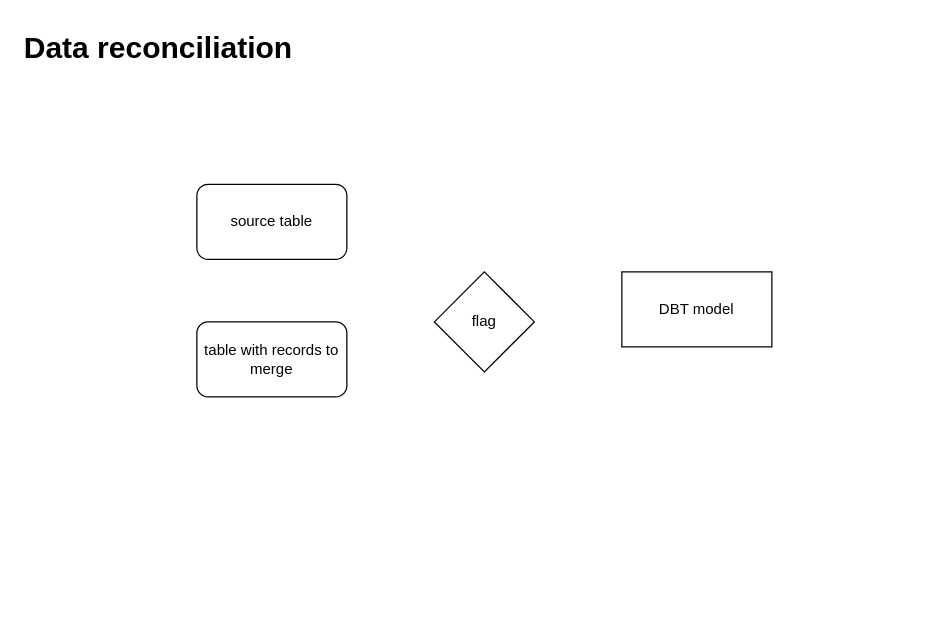
This is Data reconciliation.drawio from geoka/playground, a draw.io file, before an edit. Source tidied: cells renumbered, new cells numbered last; positions are measured from the earlier drawing's top-left corner, leaving out a move shared by most shapes. Both pictures are drawn from the tidied source at 125%, with x=0, y=0 at pixel (21, 21).
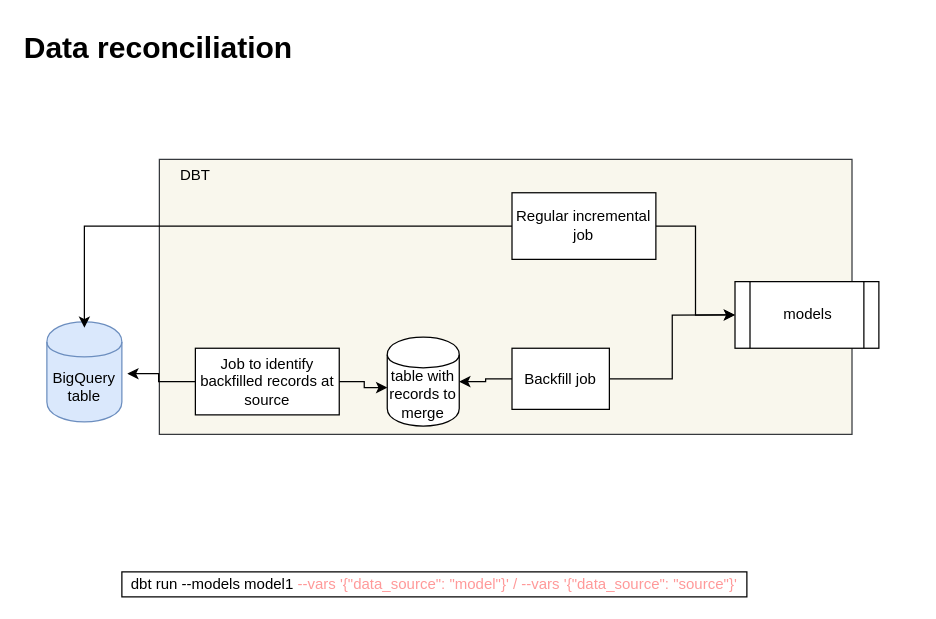
The same page after the edit.

What changed in the source:
```diff
@@
 <mxGraphModel>
   <root>
     <mxCell id="0" />
     <mxCell id="1" parent="0" />
-    <mxCell id="2" value="source table" style="rounded=1;whiteSpace=wrap;html=1;" parent="1" vertex="1">
-      <mxGeometry x="140" y="130" width="120" height="60" as="geometry" />
-    </mxCell>
+    <mxCell id="7" style="group;" parent="1" vertex="1">
+      <mxGeometry x="110" y="110" width="604.4" height="240" as="geometry" />
+    </mxCell>
+    <mxCell id="8" style="rounded=0;whiteSpace=wrap;html=1;fillColor=#f9f7ed;strokeColor=#36393d;" parent="7" vertex="1">
+      <mxGeometry width="554.1" height="220" as="geometry" />
+    </mxCell>
+    <mxCell id="9" value="DBT" style="text;html=1;align=center;verticalAlign=middle;whiteSpace=wrap;rounded=0;" parent="7" vertex="1">
+      <mxGeometry width="57.6" height="26.7" as="geometry" />
+    </mxCell>
+    <mxCell id="10" style="edgeStyle=orthogonalEdgeStyle;rounded=0;jettySize=auto;html=1;entryX=0;entryY=0.5;entryDx=0;entryDy=0;" parent="7" edge="1" source="11" target="17">
+      <mxGeometry relative="1" as="geometry" />
+    </mxCell>
+    <mxCell id="11" value="Backfill job" style="rounded=0;whiteSpace=wrap;html=1;" parent="7" vertex="1">
+      <mxGeometry x="282.1" y="151.1" width="77.9" height="48.9" as="geometry" />
+    </mxCell>
+    <mxCell id="12" style="edgeStyle=orthogonalEdgeStyle;rounded=0;jettySize=auto;html=1;entryX=0;entryY=0.5;entryDx=0;entryDy=0;" parent="7" edge="1" source="13" target="17">
+      <mxGeometry relative="1" as="geometry" />
+    </mxCell>
+    <mxCell id="13" value="Regular incremental job" style="rounded=0;whiteSpace=wrap;html=1;" parent="7" vertex="1">
+      <mxGeometry x="282.1" y="26.7" width="115.1" height="53.3" as="geometry" />
+    </mxCell>
+    <mxCell id="14" value="Job to identify backfilled records at source" style="rounded=0;whiteSpace=wrap;html=1;" parent="7" vertex="1">
+      <mxGeometry x="28.8" y="151.1" width="115.1" height="53.3" as="geometry" />
+    </mxCell>
+    <mxCell id="4" value="table with records to merge" style="shape=cylinder;whiteSpace=wrap;html=1;boundedLbl=1;backgroundOutline=1;" parent="7" vertex="1">
+      <mxGeometry x="182.3" y="142.2" width="57.6" height="71.1" as="geometry" />
+    </mxCell>
+    <mxCell id="15" style="edgeStyle=orthogonalEdgeStyle;rounded=0;jettySize=auto;html=1;entryX=0;entryY=0.568;entryDx=0;entryDy=0;entryPerimeter=0;" parent="7" edge="1" source="14" target="4">
+      <mxGeometry relative="1" as="geometry" />
+    </mxCell>
+    <mxCell id="16" style="edgeStyle=orthogonalEdgeStyle;rounded=0;jettySize=auto;html=1;" parent="7" edge="1" source="11" target="4">
+      <mxGeometry relative="1" as="geometry" />
+    </mxCell>
+    <mxCell id="17" value="models" style="shape=process;whiteSpace=wrap;html=1;backgroundOutline=1;" parent="7" vertex="1">
+      <mxGeometry x="460.5" y="97.8" width="115.1" height="53.3" as="geometry" />
+    </mxCell>
     <mxCell id="3" value="&lt;h1 style=&quot;margin-top: 0px;&quot;&gt;Data reconciliation&amp;nbsp;&lt;/h1&gt;&lt;p&gt;&lt;br&gt;&lt;/p&gt;" style="text;html=1;whiteSpace=wrap;overflow=hidden;rounded=0;" parent="1" vertex="1">
       <mxGeometry width="420" height="120" as="geometry" />
     </mxCell>
-    <mxCell id="4" value="table with records to merge" style="rounded=1;whiteSpace=wrap;html=1;" parent="1" vertex="1">
-      <mxGeometry x="140" y="240" width="120" height="60" as="geometry" />
-    </mxCell>
-    <mxCell id="5" value="flag" style="rhombus;whiteSpace=wrap;html=1;" parent="1" vertex="1">
-      <mxGeometry x="330" y="200" width="80" height="80" as="geometry" />
-    </mxCell>
-    <mxCell id="6" value="DBT model" style="rounded=0;whiteSpace=wrap;html=1;" parent="1" vertex="1">
-      <mxGeometry x="480" y="200" width="120" height="60" as="geometry" />
+    <mxCell id="6" value="&lt;div&gt;dbt run --models model1&amp;nbsp;&lt;font style=&quot;color: rgb(255, 153, 153);&quot;&gt;--vars '{&quot;data_source&quot;: &quot;model&quot;}' /&amp;nbsp;&lt;/font&gt;&lt;font style=&quot;color: rgb(255, 153, 153);&quot;&gt;&lt;span style=&quot;background-color: transparent;&quot;&gt;--vars &lt;/span&gt;&lt;span style=&quot;background-color: transparent;&quot; class=&quot;hljs-string&quot;&gt;'{&quot;data_source&quot;: &quot;source&quot;}'&lt;/span&gt;&lt;/font&gt;&lt;/div&gt;" style="rounded=0;whiteSpace=wrap;html=1;" parent="1" vertex="1">
+      <mxGeometry x="80" y="440" width="500" height="20" as="geometry" />
     </mxCell>
+    <mxCell id="18" value="BigQuery table" style="shape=cylinder;whiteSpace=wrap;html=1;boundedLbl=1;backgroundOutline=1;fillColor=#dae8fc;strokeColor=#6c8ebf;" parent="1" vertex="1">
+      <mxGeometry x="20" y="240" width="60" height="80" as="geometry" />
+    </mxCell>
+    <mxCell id="19" style="edgeStyle=orthogonalEdgeStyle;rounded=0;jettySize=auto;html=1;entryX=1.073;entryY=0.518;entryDx=0;entryDy=0;entryPerimeter=0;" parent="1" edge="1" source="14" target="18">
+      <mxGeometry relative="1" as="geometry" />
+    </mxCell>
+    <mxCell id="20" style="edgeStyle=orthogonalEdgeStyle;rounded=0;jettySize=auto;html=1;entryX=0.5;entryY=0.058;entryDx=0;entryDy=0;entryPerimeter=0;" parent="1" edge="1" source="13" target="18">
+      <mxGeometry relative="1" as="geometry" />
+    </mxCell>
   </root>
 </mxGraphModel>
```
